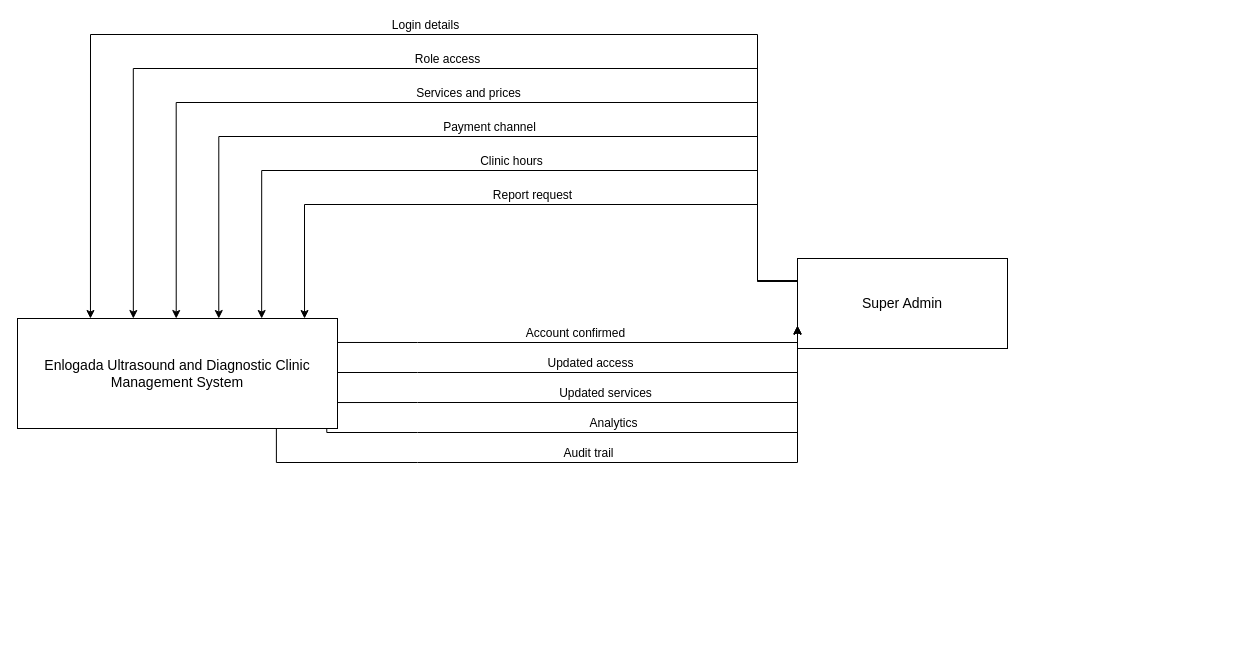
Earlier version of the draw.io diagram page "Super Admin" (2 of 9) of docs/diagrams/dfd-level0.drawio (steven23lz/Enlogada-Clinic-Management-System). Source tidied: cells renumbered, new cells numbered last; positions are measured from the earlier drawing's top-left corner, leaving out a move shared by most shapes. Both pictures are drawn from the tidied source at 100%, with x=0, y=0 at pixel (17, 34).
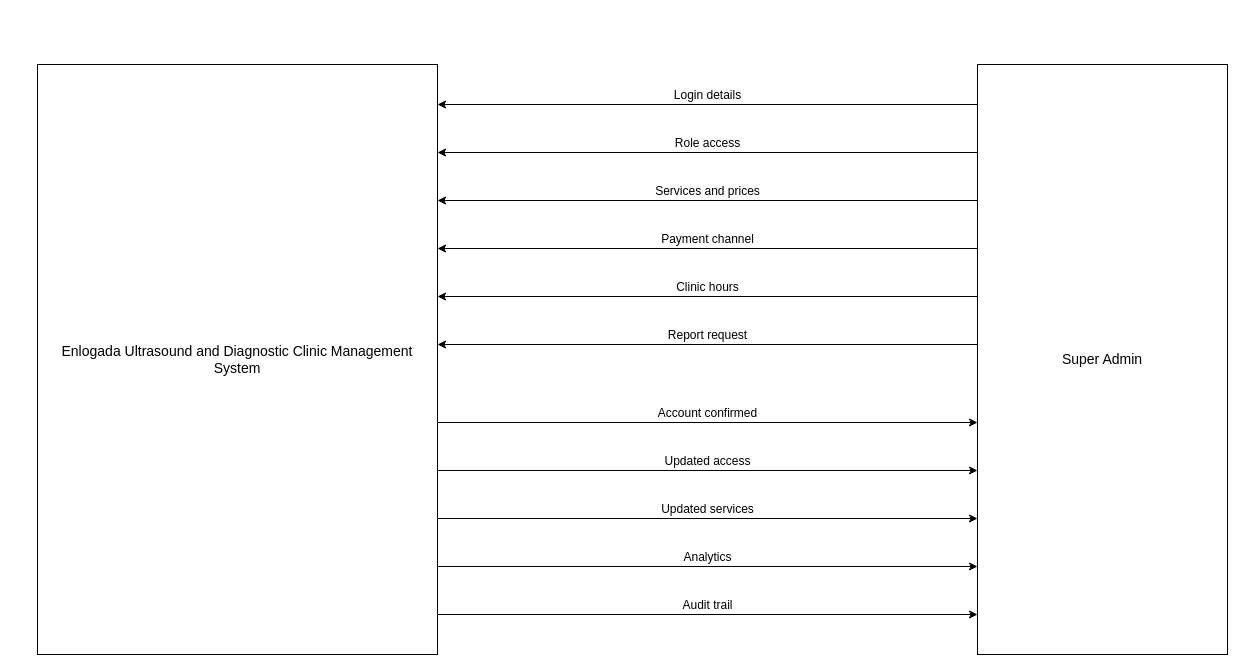
The same page after the edit.

Change to the diagram source:
```diff
@@
     <mxCell id="2" value="Enlogada Ultrasound and Diagnostic Clinic Management System" style="rounded=0;whiteSpace=wrap;html=1;verticalAlign=middle;fontFamily=Helvetica;fontSize=14;fontColor=#000000;strokeColor=#000000;" parent="1" vertex="1">
-      <mxGeometry y="284" width="320" height="110" as="geometry" />
+      <mxGeometry x="20" y="30" width="400" height="590" as="geometry" />
     </mxCell>
     <mxCell id="3" value="Super Admin" style="rounded=0;whiteSpace=wrap;html=1;fontFamily=Helvetica;fontSize=14;fontColor=#000000;strokeColor=#000000;" parent="1" vertex="1">
-      <mxGeometry x="780" y="224" width="210" height="90" as="geometry" />
+      <mxGeometry x="960" y="30" width="250" height="590" as="geometry" />
     </mxCell>
-    <mxCell id="4" value="Login details" style="edgeStyle=orthogonalEdgeStyle;rounded=0;html=1;verticalAlign=bottom;fontFamily=Helvetica;fontSize=12;fontColor=#000000;strokeColor=#000000;exitX=0;exitY=0.25;exitDx=0;exitDy=0;entryX=0.228;entryY=0;entryDx=0;entryDy=0;" parent="1" edge="1" source="3" target="2">
-      <mxGeometry relative="1" as="geometry">
-        <Array as="points">
-          <mxPoint x="740" />
-          <mxPoint x="72.9" />
-        </Array>
-      </mxGeometry>
+    <mxCell id="4" value="Login details" style="edgeStyle=orthogonalEdgeStyle;rounded=0;html=1;verticalAlign=bottom;fontFamily=Helvetica;fontSize=12;fontColor=#000000;strokeColor=#000000;exitX=0;entryX=1;exitY=0.0678;exitDx=0;exitDy=0;entryY=0.0678;entryDx=0;entryDy=0;" parent="1" edge="1" source="3" target="2">
+      <mxGeometry relative="1" as="geometry" />
     </mxCell>
-    <mxCell id="5" value="Role access" style="edgeStyle=orthogonalEdgeStyle;rounded=0;html=1;verticalAlign=bottom;fontFamily=Helvetica;fontSize=12;fontColor=#000000;strokeColor=#000000;exitX=0;exitY=0.25;exitDx=0;exitDy=0;entryX=0.362;entryY=0;entryDx=0;entryDy=0;" parent="1" edge="1" source="3" target="2">
-      <mxGeometry relative="1" as="geometry">
-        <Array as="points">
-          <mxPoint x="740" y="34" />
-          <mxPoint x="115.7" y="34" />
-        </Array>
-      </mxGeometry>
+    <mxCell id="5" value="Role access" style="edgeStyle=orthogonalEdgeStyle;rounded=0;html=1;verticalAlign=bottom;fontFamily=Helvetica;fontSize=12;fontColor=#000000;strokeColor=#000000;exitX=0;entryX=1;exitY=0.1492;exitDx=0;exitDy=0;entryY=0.1492;entryDx=0;entryDy=0;" parent="1" edge="1" source="3" target="2">
+      <mxGeometry relative="1" as="geometry" />
     </mxCell>
-    <mxCell id="6" value="Services and prices" style="edgeStyle=orthogonalEdgeStyle;rounded=0;html=1;verticalAlign=bottom;fontFamily=Helvetica;fontSize=12;fontColor=#000000;strokeColor=#000000;exitX=0;exitY=0.25;exitDx=0;exitDy=0;entryX=0.496;entryY=0;entryDx=0;entryDy=0;" parent="1" edge="1" source="3" target="2">
-      <mxGeometry relative="1" as="geometry">
-        <Array as="points">
-          <mxPoint x="740" y="68" />
-          <mxPoint x="158.6" y="68" />
-        </Array>
-      </mxGeometry>
+    <mxCell id="6" value="Services and prices" style="edgeStyle=orthogonalEdgeStyle;rounded=0;html=1;verticalAlign=bottom;fontFamily=Helvetica;fontSize=12;fontColor=#000000;strokeColor=#000000;exitX=0;entryX=1;exitY=0.2305;exitDx=0;exitDy=0;entryY=0.2305;entryDx=0;entryDy=0;" parent="1" edge="1" source="3" target="2">
+      <mxGeometry relative="1" as="geometry" />
     </mxCell>
-    <mxCell id="7" value="Payment channel" style="edgeStyle=orthogonalEdgeStyle;rounded=0;html=1;verticalAlign=bottom;fontFamily=Helvetica;fontSize=12;fontColor=#000000;strokeColor=#000000;exitX=0;exitY=0.25;exitDx=0;exitDy=0;entryX=0.629;entryY=0;entryDx=0;entryDy=0;" parent="1" edge="1" source="3" target="2">
-      <mxGeometry relative="1" as="geometry">
-        <Array as="points">
-          <mxPoint x="740" y="102" />
-          <mxPoint x="201.4" y="102" />
-        </Array>
-      </mxGeometry>
+    <mxCell id="7" value="Payment channel" style="edgeStyle=orthogonalEdgeStyle;rounded=0;html=1;verticalAlign=bottom;fontFamily=Helvetica;fontSize=12;fontColor=#000000;strokeColor=#000000;exitX=0;entryX=1;exitY=0.3119;exitDx=0;exitDy=0;entryY=0.3119;entryDx=0;entryDy=0;" parent="1" edge="1" source="3" target="2">
+      <mxGeometry relative="1" as="geometry" />
     </mxCell>
-    <mxCell id="8" value="Clinic hours" style="edgeStyle=orthogonalEdgeStyle;rounded=0;html=1;verticalAlign=bottom;fontFamily=Helvetica;fontSize=12;fontColor=#000000;strokeColor=#000000;exitX=0;exitY=0.25;exitDx=0;exitDy=0;entryX=0.763;entryY=0;entryDx=0;entryDy=0;" parent="1" edge="1" source="3" target="2">
-      <mxGeometry relative="1" as="geometry">
-        <Array as="points">
-          <mxPoint x="740" y="136" />
-          <mxPoint x="244.3" y="136" />
-        </Array>
-      </mxGeometry>
+    <mxCell id="8" value="Clinic hours" style="edgeStyle=orthogonalEdgeStyle;rounded=0;html=1;verticalAlign=bottom;fontFamily=Helvetica;fontSize=12;fontColor=#000000;strokeColor=#000000;exitX=0;entryX=1;exitY=0.3932;exitDx=0;exitDy=0;entryY=0.3932;entryDx=0;entryDy=0;" parent="1" edge="1" source="3" target="2">
+      <mxGeometry relative="1" as="geometry" />
     </mxCell>
-    <mxCell id="9" value="Report request" style="edgeStyle=orthogonalEdgeStyle;rounded=0;html=1;verticalAlign=bottom;fontFamily=Helvetica;fontSize=12;fontColor=#000000;strokeColor=#000000;exitX=0;exitY=0.25;exitDx=0;exitDy=0;entryX=0.897;entryY=0;entryDx=0;entryDy=0;" parent="1" edge="1" source="3" target="2">
-      <mxGeometry relative="1" as="geometry">
-        <Array as="points">
-          <mxPoint x="740" y="170" />
-          <mxPoint x="287.1" y="170" />
-        </Array>
-      </mxGeometry>
+    <mxCell id="9" value="Report request" style="edgeStyle=orthogonalEdgeStyle;rounded=0;html=1;verticalAlign=bottom;fontFamily=Helvetica;fontSize=12;fontColor=#000000;strokeColor=#000000;exitX=0;entryX=1;exitY=0.4746;exitDx=0;exitDy=0;entryY=0.4746;entryDx=0;entryDy=0;" parent="1" edge="1" source="3" target="2">
+      <mxGeometry relative="1" as="geometry" />
     </mxCell>
-    <mxCell id="10" value="Account confirmed" style="edgeStyle=orthogonalEdgeStyle;rounded=0;html=1;verticalAlign=bottom;fontFamily=Helvetica;fontSize=12;fontColor=#000000;strokeColor=#000000;exitX=1;exitY=0.218;exitDx=0;exitDy=0;entryX=0;entryY=0.75;entryDx=0;entryDy=0;" parent="1" edge="1" source="2" target="3">
-      <mxGeometry relative="1" as="geometry">
-        <Array as="points">
-          <mxPoint x="400" y="308" />
-          <mxPoint x="740" y="308" />
-        </Array>
-      </mxGeometry>
+    <mxCell id="10" value="Account confirmed" style="edgeStyle=orthogonalEdgeStyle;rounded=0;html=1;verticalAlign=bottom;fontFamily=Helvetica;fontSize=12;fontColor=#000000;strokeColor=#000000;exitX=1;entryX=0;exitY=0.6068;exitDx=0;exitDy=0;entryY=0.6068;entryDx=0;entryDy=0;" parent="1" edge="1" source="2" target="3">
+      <mxGeometry relative="1" as="geometry" />
     </mxCell>
-    <mxCell id="11" value="Updated access" style="edgeStyle=orthogonalEdgeStyle;rounded=0;html=1;verticalAlign=bottom;fontFamily=Helvetica;fontSize=12;fontColor=#000000;strokeColor=#000000;exitX=1;exitY=0.491;exitDx=0;exitDy=0;entryX=0;entryY=0.75;entryDx=0;entryDy=0;" parent="1" edge="1" source="2" target="3">
-      <mxGeometry relative="1" as="geometry">
-        <Array as="points">
-          <mxPoint x="400" y="338" />
-          <mxPoint x="740" y="338" />
-        </Array>
-      </mxGeometry>
+    <mxCell id="11" value="Updated access" style="edgeStyle=orthogonalEdgeStyle;rounded=0;html=1;verticalAlign=bottom;fontFamily=Helvetica;fontSize=12;fontColor=#000000;strokeColor=#000000;exitX=1;entryX=0;exitY=0.6881;exitDx=0;exitDy=0;entryY=0.6881;entryDx=0;entryDy=0;" parent="1" edge="1" source="2" target="3">
+      <mxGeometry relative="1" as="geometry" />
     </mxCell>
-    <mxCell id="12" value="Updated services" style="edgeStyle=orthogonalEdgeStyle;rounded=0;html=1;verticalAlign=bottom;fontFamily=Helvetica;fontSize=12;fontColor=#000000;strokeColor=#000000;exitX=1;exitY=0.764;exitDx=0;exitDy=0;entryX=0;entryY=0.75;entryDx=0;entryDy=0;" parent="1" edge="1" source="2" target="3">
-      <mxGeometry relative="1" as="geometry">
-        <Array as="points">
-          <mxPoint x="400" y="368" />
-          <mxPoint x="740" y="368" />
-        </Array>
-      </mxGeometry>
+    <mxCell id="12" value="Updated services" style="edgeStyle=orthogonalEdgeStyle;rounded=0;html=1;verticalAlign=bottom;fontFamily=Helvetica;fontSize=12;fontColor=#000000;strokeColor=#000000;exitX=1;entryX=0;exitY=0.7695;exitDx=0;exitDy=0;entryY=0.7695;entryDx=0;entryDy=0;" parent="1" edge="1" source="2" target="3">
+      <mxGeometry relative="1" as="geometry" />
     </mxCell>
-    <mxCell id="13" value="Analytics" style="edgeStyle=orthogonalEdgeStyle;rounded=0;html=1;verticalAlign=bottom;fontFamily=Helvetica;fontSize=12;fontColor=#000000;strokeColor=#000000;exitX=1;exitY=1.036;exitDx=0;exitDy=0;entryX=0;entryY=0.75;entryDx=0;entryDy=0;" parent="1" edge="1" source="2" target="3">
-      <mxGeometry relative="1" as="geometry">
-        <Array as="points">
-          <mxPoint x="400" y="398" />
-          <mxPoint x="740" y="398" />
-        </Array>
-      </mxGeometry>
+    <mxCell id="13" value="Analytics" style="edgeStyle=orthogonalEdgeStyle;rounded=0;html=1;verticalAlign=bottom;fontFamily=Helvetica;fontSize=12;fontColor=#000000;strokeColor=#000000;exitX=1;entryX=0;exitY=0.8508;exitDx=0;exitDy=0;entryY=0.8508;entryDx=0;entryDy=0;" parent="1" edge="1" source="2" target="3">
+      <mxGeometry relative="1" as="geometry" />
     </mxCell>
-    <mxCell id="14" value="Audit trail" style="edgeStyle=orthogonalEdgeStyle;rounded=0;html=1;verticalAlign=bottom;fontFamily=Helvetica;fontSize=12;fontColor=#000000;strokeColor=#000000;exitX=1;exitY=1.309;exitDx=0;exitDy=0;entryX=0;entryY=0.75;entryDx=0;entryDy=0;" parent="1" edge="1" source="2" target="3">
-      <mxGeometry relative="1" as="geometry">
-        <Array as="points">
-          <mxPoint x="400" y="428" />
-          <mxPoint x="740" y="428" />
-        </Array>
-      </mxGeometry>
+    <mxCell id="14" value="Audit trail" style="edgeStyle=orthogonalEdgeStyle;rounded=0;html=1;verticalAlign=bottom;fontFamily=Helvetica;fontSize=12;fontColor=#000000;strokeColor=#000000;exitX=1;entryX=0;exitY=0.9322;exitDx=0;exitDy=0;entryY=0.9322;entryDx=0;entryDy=0;" parent="1" edge="1" source="2" target="3">
+      <mxGeometry relative="1" as="geometry" />
     </mxCell>
```
